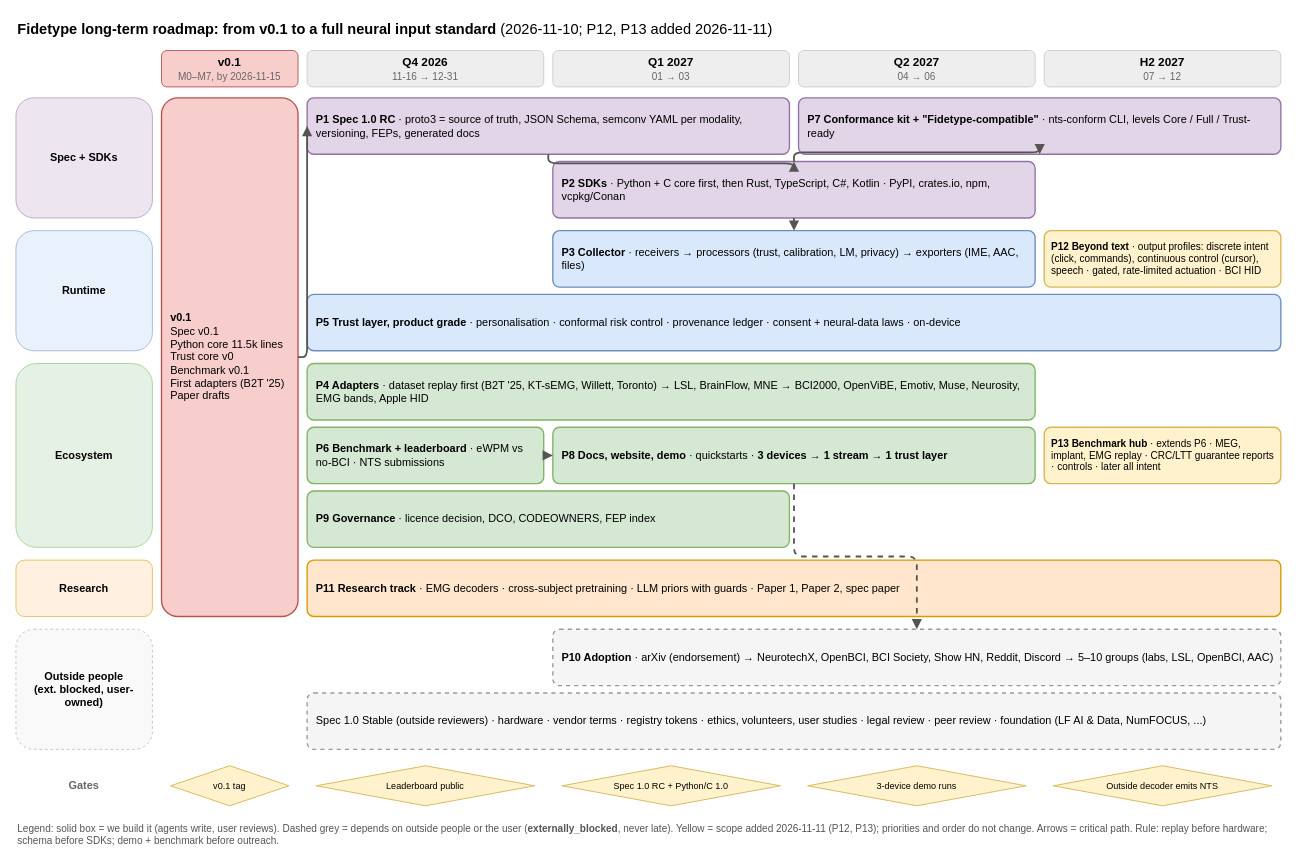
The draw.io diagram wiki/diagrams/11-roadmap-standard.drawio in zhangzibo/fidetype, before the edit. Source tidied: cells renumbered, new cells numbered last; positions are measured from the earlier drawing's top-left corner, leaving out a move shared by most shapes. Both pictures are drawn from the tidied source at 91%, with x=0, y=0 at pixel (15, 15).
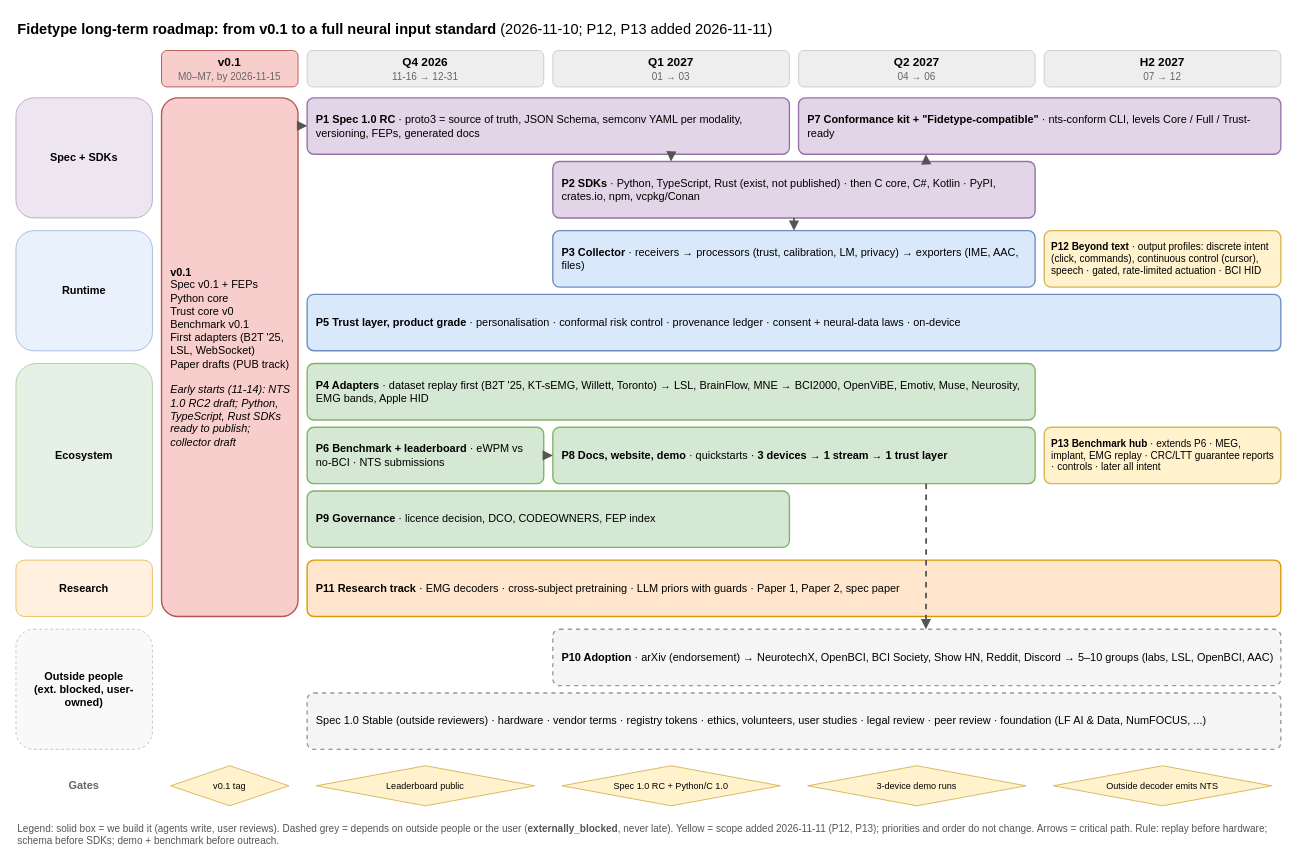
Above is the later version.

The change refers to these unchanged cells:
```xml
<mxCell id="14" value="&lt;b&gt;P1 Spec 1.0 RC&lt;/b&gt; · proto3 = source of truth, JSON Schema, semconv YAML per modality, versioning, FEPs, generated docs" style="rounded=1;whiteSpace=wrap;html=1;fontSize=12;arcSize=12;fillColor=#e1d5e7;strokeColor=#9673a6;strokeWidth=1.5;align=left;verticalAlign=middle;spacingLeft=8;spacingRight=6;" parent="1" vertex="1">
  <mxGeometry x="320" y="90" width="530" height="62" as="geometry" />
</mxCell>
<mxCell id="16" value="&lt;b&gt;P7 Conformance kit + &quot;Fidetype-compatible&quot;&lt;/b&gt; · nts-conform CLI, levels Core / Full / Trust-ready" style="rounded=1;whiteSpace=wrap;html=1;fontSize=12;arcSize=12;fillColor=#e1d5e7;strokeColor=#9673a6;strokeWidth=1.5;align=left;verticalAlign=middle;spacingLeft=8;spacingRight=6;" parent="1" vertex="1">
  <mxGeometry x="860" y="90" width="530" height="62" as="geometry" />
</mxCell>
<mxCell id="21" value="&lt;b&gt;P8 Docs, website, demo&lt;/b&gt; · quickstarts · &lt;b&gt;3 devices → 1 stream → 1 trust layer&lt;/b&gt;" style="rounded=1;whiteSpace=wrap;html=1;fontSize=12;arcSize=12;fillColor=#d5e8d4;strokeColor=#82b366;strokeWidth=1.5;align=left;verticalAlign=middle;spacingLeft=8;spacingRight=6;" parent="1" vertex="1">
  <mxGeometry x="590" y="452" width="530" height="62" as="geometry" />
</mxCell>
<mxCell id="24" value="&lt;b&gt;P10 Adoption&lt;/b&gt; · arXiv (endorsement) → NeurotechX, OpenBCI, BCI Society, Show HN, Reddit, Discord → 5–10 groups (labs, LSL, OpenBCI, AAC)" style="rounded=1;whiteSpace=wrap;html=1;fontSize=12;arcSize=12;fillColor=#f5f5f5;strokeColor=#999999;strokeWidth=1.5;dashed=1;align=left;verticalAlign=middle;spacingLeft=8;spacingRight=6;" parent="1" vertex="1">
  <mxGeometry x="590" y="674" width="800" height="62" as="geometry" />
</mxCell>
```

What changed in the source:
```diff
@@
-    <mxCell id="13" value="&lt;b&gt;v0.1&lt;/b&gt;&lt;br&gt;Spec v0.1&lt;br&gt;Python core 11.5k lines&lt;br&gt;Trust core v0&lt;br&gt;Benchmark v0.1&lt;br&gt;First adapters (B2T '25)&lt;br&gt;Paper drafts" style="rounded=1;whiteSpace=wrap;html=1;fontSize=12;arcSize=12;fillColor=#f8cecc;strokeColor=#b85450;strokeWidth=1.5;align=left;verticalAlign=middle;spacingLeft=8;spacingRight=6;" parent="1" vertex="1">
+    <mxCell id="13" value="&lt;b&gt;v0.1&lt;/b&gt;&lt;br&gt;Spec v0.1 + FEPs&lt;br&gt;Python core&lt;br&gt;Trust core v0&lt;br&gt;Benchmark v0.1&lt;br&gt;First adapters (B2T '25, LSL, WebSocket)&lt;br&gt;Paper drafts (PUB track)&lt;br&gt;&lt;br&gt;&lt;i&gt;Early starts (11-14): NTS 1.0 RC2 draft; Python, TypeScript, Rust SDKs ready to publish; collector draft&lt;/i&gt;" style="rounded=1;whiteSpace=wrap;html=1;fontSize=12;arcSize=12;fillColor=#f8cecc;strokeColor=#b85450;strokeWidth=1.5;align=left;verticalAlign=middle;spacingLeft=8;spacingRight=6;" parent="1" vertex="1">
       <mxGeometry x="160" y="90" width="150" height="570" as="geometry" />
     </mxCell>
@@
-    <mxCell id="15" value="&lt;b&gt;P2 SDKs&lt;/b&gt; · Python + C core first, then Rust, TypeScript, C#, Kotlin · PyPI, crates.io, npm, vcpkg/Conan" style="rounded=1;whiteSpace=wrap;html=1;fontSize=12;arcSize=12;fillColor=#e1d5e7;strokeColor=#9673a6;strokeWidth=1.5;align=left;verticalAlign=middle;spacingLeft=8;spacingRight=6;" parent="1" vertex="1">
+    <mxCell id="15" value="&lt;b&gt;P2 SDKs&lt;/b&gt; · Python, TypeScript, Rust (exist, not published) · then C core, C#, Kotlin · PyPI, crates.io, npm, vcpkg/Conan" style="rounded=1;whiteSpace=wrap;html=1;fontSize=12;arcSize=12;fillColor=#e1d5e7;strokeColor=#9673a6;strokeWidth=1.5;align=left;verticalAlign=middle;spacingLeft=8;spacingRight=6;" parent="1" vertex="1">
       <mxGeometry x="590" y="160" width="530" height="62" as="geometry" />
     </mxCell>
@@
-    <mxCell id="26" style="edgeStyle=orthogonalEdgeStyle;rounded=1;html=1;endArrow=block;endFill=1;strokeWidth=2;strokeColor=#555555;" parent="1" edge="1" source="13" target="14">
+    <mxCell id="26" style="edgeStyle=orthogonalEdgeStyle;rounded=1;html=1;endArrow=block;endFill=1;strokeWidth=2;strokeColor=#555555;exitX=1;exitY=0.054;exitDx=0;exitDy=0;entryX=0;entryY=0.5;entryDx=0;entryDy=0;" parent="1" edge="1" source="13" target="14">
       <mxGeometry relative="1" as="geometry" />
     </mxCell>
-    <mxCell id="27" style="edgeStyle=orthogonalEdgeStyle;rounded=1;html=1;endArrow=block;endFill=1;strokeWidth=2;strokeColor=#555555;" parent="1" edge="1" source="14" target="15">
+    <mxCell id="27" style="edgeStyle=orthogonalEdgeStyle;rounded=1;html=1;endArrow=block;endFill=1;strokeWidth=2;strokeColor=#555555;exitX=0.755;exitY=1;exitDx=0;exitDy=0;entryX=0.245;entryY=0;entryDx=0;entryDy=0;" parent="1" edge="1" source="14" target="15">
       <mxGeometry relative="1" as="geometry" />
     </mxCell>
-    <mxCell id="28" style="edgeStyle=orthogonalEdgeStyle;rounded=1;html=1;endArrow=block;endFill=1;strokeWidth=2;strokeColor=#555555;" parent="1" edge="1" source="15" target="16">
+    <mxCell id="28" style="edgeStyle=orthogonalEdgeStyle;rounded=1;html=1;endArrow=block;endFill=1;strokeWidth=2;strokeColor=#555555;exitX=0.774;exitY=0;exitDx=0;exitDy=0;entryX=0.264;entryY=1;entryDx=0;entryDy=0;" parent="1" edge="1" source="15" target="16">
       <mxGeometry relative="1" as="geometry" />
     </mxCell>
@@
-    <mxCell id="31" style="edgeStyle=orthogonalEdgeStyle;rounded=1;html=1;endArrow=block;endFill=1;strokeWidth=2;strokeColor=#555555;dashed=1;" parent="1" edge="1" source="21" target="24">
+    <mxCell id="31" style="edgeStyle=orthogonalEdgeStyle;rounded=1;html=1;endArrow=block;endFill=1;strokeWidth=2;strokeColor=#555555;dashed=1;exitX=0.774;exitY=1;exitDx=0;exitDy=0;entryX=0.5125;entryY=0;entryDx=0;entryDy=0;" parent="1" edge="1" source="21" target="24">
       <mxGeometry relative="1" as="geometry" />
     </mxCell>
```
